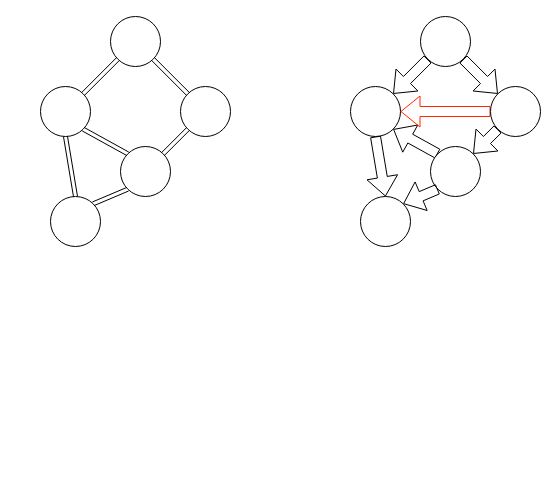
This is g-dft.drawio from semink/drawings, a draw.io file, before an edit. Source tidied: cells renumbered, new cells numbered last; positions are measured from the earlier drawing's top-left corner, leaving out a move shared by most shapes. Both pictures are drawn from the tidied source at 100%, with x=0, y=0 at pixel (40, 16).
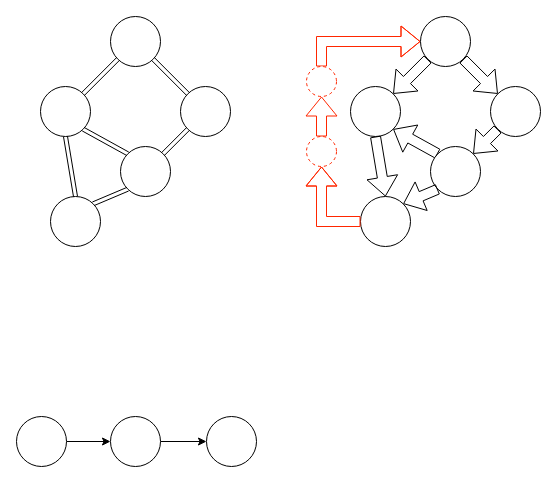
The same diagram, later.

The change refers to these unchanged cells:
```xml
<mxCell id="15" style="ellipse;whiteSpace=wrap;html=1;" parent="14" vertex="1">
  <mxGeometry x="70" width="50" height="50" as="geometry" />
</mxCell>
<mxCell id="17" style="ellipse;whiteSpace=wrap;html=1;" parent="14" vertex="1">
  <mxGeometry y="70" width="50" height="50" as="geometry" />
</mxCell>
<mxCell id="22" style="ellipse;whiteSpace=wrap;html=1;" parent="14" vertex="1">
  <mxGeometry x="140" y="70" width="50" height="50" as="geometry" />
</mxCell>
<mxCell id="25" style="ellipse;whiteSpace=wrap;html=1;" parent="14" vertex="1">
  <mxGeometry x="10" y="180" width="50" height="50" as="geometry" />
</mxCell>
```

What changed in the source:
```diff
@@
+    <mxCell id="27" style="group;" parent="1" vertex="1">
+      <mxGeometry x="266" width="234" height="230" as="geometry" />
+    </mxCell>
-    <mxCell id="14" style="group;" parent="1" vertex="1">
-      <mxGeometry x="310" width="190" height="230" as="geometry" />
+    <mxCell id="14" style="group;" parent="27" vertex="1">
+      <mxGeometry x="44" width="190" height="230" as="geometry" />
     </mxCell>
@@
-    <mxCell id="21" style="edgeStyle=none;shape=flexArrow;rounded=0;jettySize=auto;html=1;exitX=0;exitY=0.5;exitDx=0;exitDy=0;entryX=1;entryY=0.5;entryDx=0;entryDy=0;strokeColor=#ff2600;" parent="14" edge="1" source="22" target="17">
-      <mxGeometry relative="1" as="geometry" />
-    </mxCell>
@@
+    <mxCell id="28" style="ellipse;whiteSpace=wrap;html=1;dashed=1;strokeColor=#ff2600;" parent="27" vertex="1">
+      <mxGeometry y="120" width="30" height="30" as="geometry" />
+    </mxCell>
+    <mxCell id="29" style="edgeStyle=orthogonalEdgeStyle;shape=flexArrow;rounded=0;jettySize=auto;html=1;exitX=0.5;exitY=0;exitDx=0;exitDy=0;entryX=0;entryY=0.5;entryDx=0;entryDy=0;strokeColor=#ff2600;" parent="27" edge="1" source="30" target="15">
+      <mxGeometry relative="1" as="geometry" />
+    </mxCell>
+    <mxCell id="30" style="ellipse;whiteSpace=wrap;html=1;dashed=1;strokeColor=#ff2600;" parent="27" vertex="1">
+      <mxGeometry y="50" width="30" height="30" as="geometry" />
+    </mxCell>
+    <mxCell id="31" style="edgeStyle=none;shape=flexArrow;rounded=0;jettySize=auto;html=1;exitX=0.5;exitY=0;exitDx=0;exitDy=0;entryX=0.5;entryY=1;entryDx=0;entryDy=0;strokeColor=#ff2600;" parent="27" edge="1" source="28" target="30">
+      <mxGeometry relative="1" as="geometry" />
+    </mxCell>
+    <mxCell id="32" style="edgeStyle=orthogonalEdgeStyle;shape=flexArrow;rounded=0;jettySize=auto;html=1;exitX=0;exitY=0.5;exitDx=0;exitDy=0;entryX=0.5;entryY=1;entryDx=0;entryDy=0;strokeColor=#ff2600;" parent="27" edge="1" source="25" target="28">
+      <mxGeometry relative="1" as="geometry" />
+    </mxCell>
+    <mxCell id="33" style="edgeStyle=none;rounded=0;jettySize=auto;html=1;exitX=1;exitY=0.5;exitDx=0;exitDy=0;entryX=0;entryY=0.5;entryDx=0;entryDy=0;" parent="1" edge="1" source="34" target="35">
+      <mxGeometry relative="1" as="geometry" />
+    </mxCell>
+    <mxCell id="34" style="ellipse;whiteSpace=wrap;html=1;" parent="1" vertex="1">
+      <mxGeometry x="70" y="400" width="50" height="50" as="geometry" />
+    </mxCell>
+    <mxCell id="35" style="ellipse;whiteSpace=wrap;html=1;" parent="1" vertex="1">
+      <mxGeometry x="166" y="400" width="50" height="50" as="geometry" />
+    </mxCell>
+    <mxCell id="36" style="edgeStyle=none;rounded=0;jettySize=auto;html=1;exitX=1;exitY=0.5;exitDx=0;exitDy=0;entryX=0;entryY=0.5;entryDx=0;entryDy=0;" parent="1" edge="1" source="37" target="34">
+      <mxGeometry relative="1" as="geometry" />
+    </mxCell>
+    <mxCell id="37" style="ellipse;whiteSpace=wrap;html=1;" parent="1" vertex="1">
+      <mxGeometry x="-24" y="400" width="50" height="50" as="geometry" />
+    </mxCell>
```
